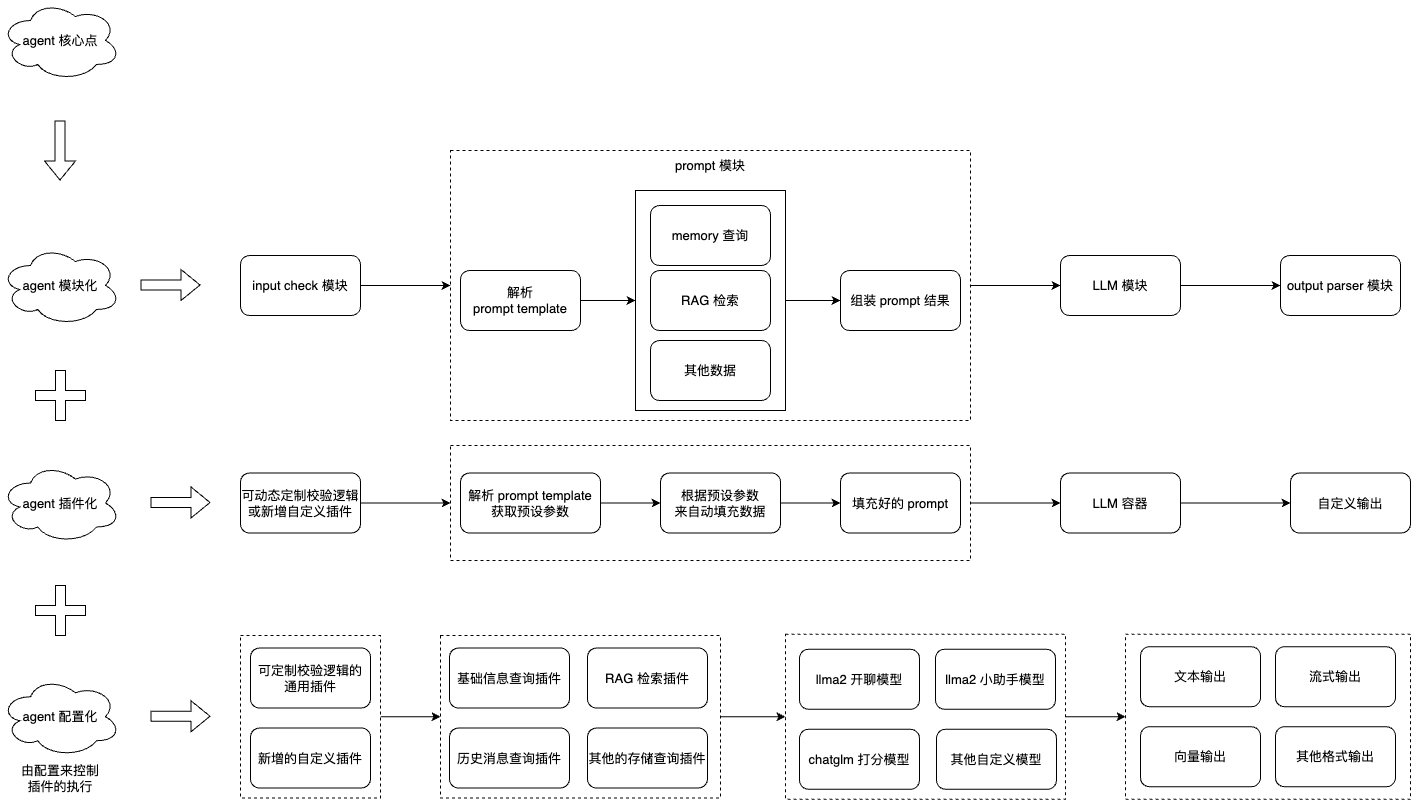
The draw.io diagram 大模型应用之agent流程图.png in liujunao/draw-data, before a commit. Source tidied: cells renumbered, new cells last; positions are measured from the earlier drawing's top-left corner, leaving out a move shared by most shapes.
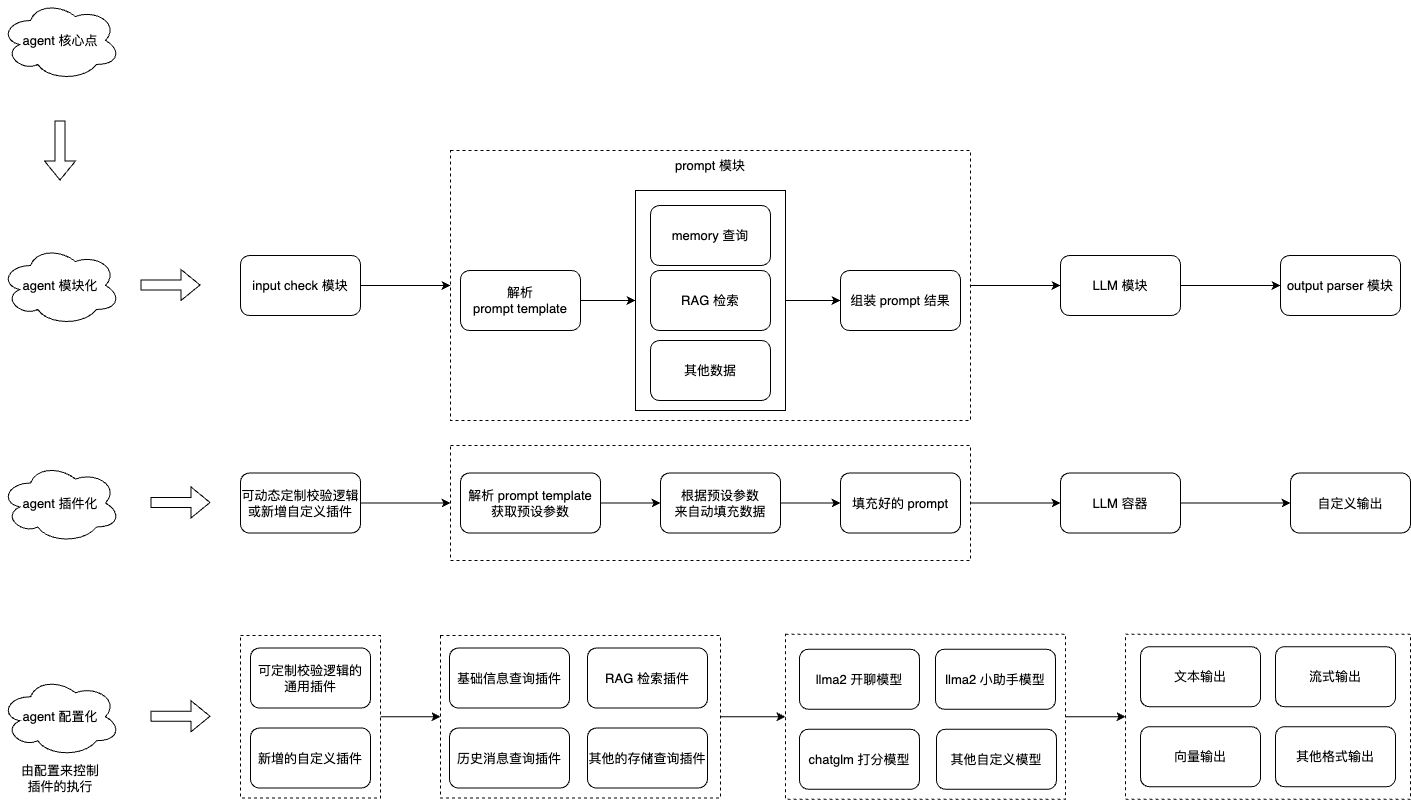
The same file after the commit.

Commit message:
更新大模型应用之agent流程图.png

The edit, as a diff of the source:
```diff
@@ -185,12 +185,6 @@
         <mxPoint x="59.5" y="180" as="targetPoint" />
       </mxGeometry>
     </mxCell>
-    <mxCell id="59" style="shape=cross;whiteSpace=wrap;html=1;" parent="1" vertex="1">
-      <mxGeometry x="35" y="370" width="50" height="50" as="geometry" />
-    </mxCell>
-    <mxCell id="60" style="shape=cross;whiteSpace=wrap;html=1;" parent="1" vertex="1">
-      <mxGeometry x="35" y="585" width="50" height="50" as="geometry" />
-    </mxCell>
     <mxCell id="61" value="由配置来控制插件的执行" style="text;html=1;align=center;verticalAlign=middle;whiteSpace=wrap;rounded=0;" parent="1" vertex="1">
       <mxGeometry x="15" y="756.2" width="90" height="43.8" as="geometry" />
     </mxCell>
```
